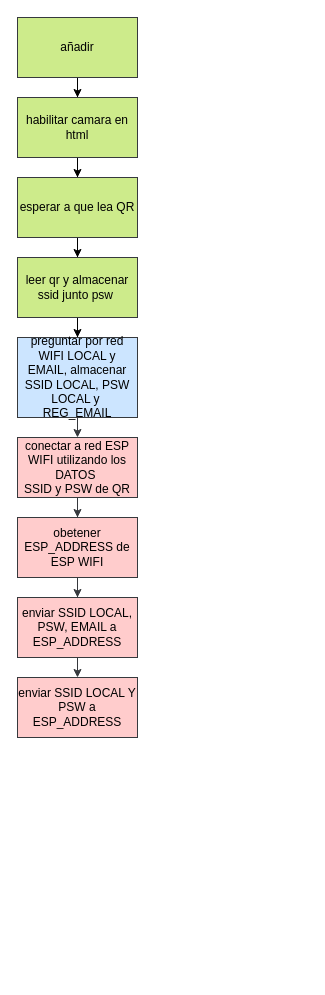
marsex/workbench keeps this draw.io diagram as design_files/Untitled Diagram3.drawio. Above is the earlier version. Source tidied: cells renumbered, new cells numbered last; positions are measured from the earlier drawing's top-left corner, leaving out a move shared by most shapes. Both pictures are drawn from the tidied source at 100%, with x=0, y=0 at pixel (17, 17).
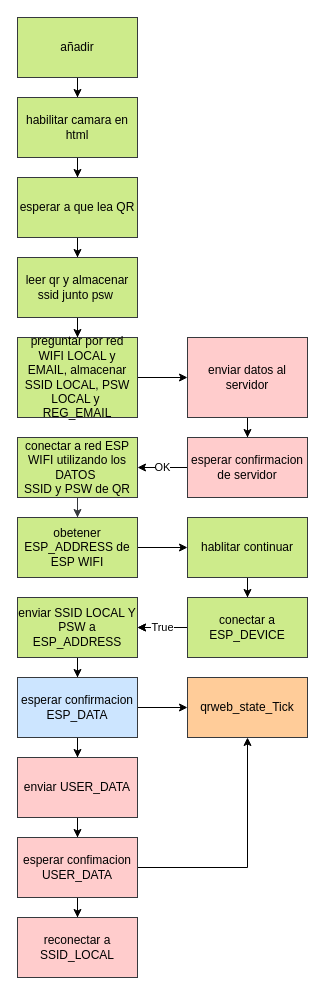
After the change.

What changed in the source:
```diff
@@
+    <mxCell id="19" style="edgeStyle=orthogonalEdgeStyle;rounded=0;jettySize=auto;html=1;" parent="1" edge="1" source="10" target="23">
+      <mxGeometry relative="1" as="geometry" />
+    </mxCell>
-    <mxCell id="10" value="preguntar por red WIFI LOCAL y EMAIL, almacenar SSID LOCAL, PSW LOCAL y&amp;nbsp; REG_EMAIL" style="whiteSpace=wrap;html=1;rounded=0;fillColor=#cce5ff;strokeColor=#36393d;" parent="1" vertex="1">
+    <mxCell id="10" value="preguntar por red WIFI LOCAL y EMAIL, almacenar SSID LOCAL, PSW LOCAL y&amp;nbsp; REG_EMAIL" style="whiteSpace=wrap;html=1;rounded=0;fillColor=#cdeb8b;strokeColor=#36393d;" parent="1" vertex="1">
       <mxGeometry y="320" width="120" height="80" as="geometry" />
     </mxCell>
@@
-    <mxCell id="12" value="conectar a red ESP WIFI utilizando los DATOS&amp;nbsp;&lt;br&gt;SSID y PSW de QR" style="whiteSpace=wrap;html=1;rounded=0;fillColor=#ffcccc;strokeColor=#36393d;" parent="1" vertex="1">
+    <mxCell id="12" value="conectar a red ESP WIFI utilizando los DATOS&amp;nbsp;&lt;br&gt;SSID y PSW de QR" style="whiteSpace=wrap;html=1;rounded=0;fillColor=#cdeb8b;strokeColor=#36393d;" parent="1" vertex="1">
       <mxGeometry y="420" width="120" height="60" as="geometry" />
     </mxCell>
-    <mxCell id="13" style="edgeStyle=orthogonalEdgeStyle;rounded=0;jettySize=auto;html=1;fillColor=#ffcccc;strokeColor=#36393d;" parent="1" edge="1" source="14" target="17">
-      <mxGeometry relative="1" as="geometry" />
-    </mxCell>
+    <mxCell id="20" style="edgeStyle=orthogonalEdgeStyle;rounded=0;jettySize=auto;html=1;" parent="1" edge="1" source="14" target="37">
+      <mxGeometry relative="1" as="geometry" />
+    </mxCell>
-    <mxCell id="14" value="&lt;span&gt;obetener ESP_ADDRESS de ESP WIFI&lt;/span&gt;" style="whiteSpace=wrap;html=1;rounded=0;fillColor=#ffcccc;strokeColor=#36393d;" parent="1" vertex="1">
+    <mxCell id="14" value="&lt;span&gt;obetener ESP_ADDRESS de ESP WIFI&lt;/span&gt;" style="whiteSpace=wrap;html=1;rounded=0;fillColor=#cdeb8b;strokeColor=#36393d;" parent="1" vertex="1">
       <mxGeometry y="500" width="120" height="60" as="geometry" />
     </mxCell>
-    <mxCell id="15" style="edgeStyle=orthogonalEdgeStyle;rounded=0;jettySize=auto;html=1;entryX=0.5;entryY=0;entryDx=0;entryDy=0;fillColor=#ffcccc;strokeColor=#36393d;" parent="1" edge="1" target="12">
-      <mxGeometry relative="1" as="geometry">
-        <mxPoint x="60" y="400" as="sourcePoint" />
-      </mxGeometry>
-    </mxCell>
-    <mxCell id="16" style="edgeStyle=orthogonalEdgeStyle;rounded=0;jettySize=auto;html=1;fillColor=#ffcccc;strokeColor=#36393d;" parent="1" edge="1" source="17">
-      <mxGeometry relative="1" as="geometry">
-        <mxPoint x="60" y="660" as="targetPoint" />
-      </mxGeometry>
-    </mxCell>
+    <mxCell id="21" style="edgeStyle=orthogonalEdgeStyle;rounded=0;jettySize=auto;html=1;" parent="1" edge="1" source="17" target="28">
+      <mxGeometry relative="1" as="geometry" />
+    </mxCell>
-    <mxCell id="17" value="enviar SSID LOCAL, PSW, EMAIL a ESP_ADDRESS" style="whiteSpace=wrap;html=1;rounded=0;fillColor=#ffcccc;strokeColor=#36393d;" parent="1" vertex="1">
+    <mxCell id="17" value="enviar SSID LOCAL Y PSW a ESP_ADDRESS" style="whiteSpace=wrap;html=1;rounded=0;fillColor=#cdeb8b;strokeColor=#36393d;" parent="1" vertex="1">
       <mxGeometry y="580" width="120" height="60" as="geometry" />
     </mxCell>
-    <mxCell id="18" value="enviar SSID LOCAL Y PSW a ESP_ADDRESS" style="whiteSpace=wrap;html=1;rounded=0;fillColor=#ffcccc;strokeColor=#36393d;" parent="1" vertex="1">
-      <mxGeometry y="660" width="120" height="60" as="geometry" />
-    </mxCell>
+    <mxCell id="22" style="edgeStyle=orthogonalEdgeStyle;rounded=0;jettySize=auto;html=1;" parent="1" edge="1" source="23" target="25">
+      <mxGeometry relative="1" as="geometry" />
+    </mxCell>
+    <mxCell id="23" value="enviar datos al servidor" style="whiteSpace=wrap;html=1;rounded=0;fillColor=#ffcccc;strokeColor=#36393d;" parent="1" vertex="1">
+      <mxGeometry x="170" y="320" width="120" height="80" as="geometry" />
+    </mxCell>
+    <mxCell id="24" value="OK" style="edgeStyle=orthogonalEdgeStyle;rounded=0;jettySize=auto;html=1;" parent="1" edge="1" source="25" target="12">
+      <mxGeometry relative="1" as="geometry" />
+    </mxCell>
+    <mxCell id="25" value="esperar confirmacion de servidor" style="whiteSpace=wrap;html=1;rounded=0;fillColor=#ffcccc;strokeColor=#36393d;" parent="1" vertex="1">
+      <mxGeometry x="170" y="420" width="120" height="60" as="geometry" />
+    </mxCell>
+    <mxCell id="26" style="edgeStyle=orthogonalEdgeStyle;rounded=0;jettySize=auto;html=1;" parent="1" edge="1" source="28" target="30">
+      <mxGeometry relative="1" as="geometry" />
+    </mxCell>
+    <mxCell id="27" style="edgeStyle=orthogonalEdgeStyle;rounded=0;jettySize=auto;html=1;" parent="1" edge="1" source="28" target="35">
+      <mxGeometry relative="1" as="geometry" />
+    </mxCell>
+    <mxCell id="28" value="esperar confirmacion ESP_DATA" style="whiteSpace=wrap;html=1;rounded=0;fillColor=#cce5ff;strokeColor=#36393d;" parent="1" vertex="1">
+      <mxGeometry y="660" width="120" height="60" as="geometry" />
+    </mxCell>
+    <mxCell id="29" style="edgeStyle=orthogonalEdgeStyle;rounded=0;jettySize=auto;html=1;" parent="1" edge="1" source="30" target="33">
+      <mxGeometry relative="1" as="geometry" />
+    </mxCell>
+    <mxCell id="30" value="enviar USER_DATA" style="whiteSpace=wrap;html=1;rounded=0;fillColor=#ffcccc;strokeColor=#36393d;" parent="1" vertex="1">
+      <mxGeometry y="740" width="120" height="60" as="geometry" />
+    </mxCell>
+    <mxCell id="31" style="edgeStyle=orthogonalEdgeStyle;rounded=0;jettySize=auto;html=1;" parent="1" edge="1" source="33" target="34">
+      <mxGeometry relative="1" as="geometry" />
+    </mxCell>
+    <mxCell id="32" style="edgeStyle=orthogonalEdgeStyle;rounded=0;jettySize=auto;html=1;" parent="1" edge="1" source="33" target="35">
+      <mxGeometry relative="1" as="geometry" />
+    </mxCell>
+    <mxCell id="33" value="esperar confimacion USER_DATA" style="whiteSpace=wrap;html=1;rounded=0;fillColor=#ffcccc;strokeColor=#36393d;" parent="1" vertex="1">
+      <mxGeometry y="820" width="120" height="60" as="geometry" />
+    </mxCell>
+    <mxCell id="34" value="reconectar a SSID_LOCAL" style="whiteSpace=wrap;html=1;rounded=0;fillColor=#ffcccc;strokeColor=#36393d;" parent="1" vertex="1">
+      <mxGeometry y="900" width="120" height="60" as="geometry" />
+    </mxCell>
+    <mxCell id="35" value="qrweb_state_Tick" style="whiteSpace=wrap;html=1;rounded=0;fillColor=#ffcc99;strokeColor=#36393d;" parent="1" vertex="1">
+      <mxGeometry x="170" y="660" width="120" height="60" as="geometry" />
+    </mxCell>
+    <mxCell id="36" style="edgeStyle=orthogonalEdgeStyle;rounded=0;jettySize=auto;html=1;" parent="1" edge="1" source="37" target="40">
+      <mxGeometry relative="1" as="geometry" />
+    </mxCell>
+    <mxCell id="37" value="hablitar continuar" style="whiteSpace=wrap;html=1;rounded=0;strokeColor=#36393d;fillColor=#cdeb8b;" parent="1" vertex="1">
+      <mxGeometry x="170" y="500" width="120" height="60" as="geometry" />
+    </mxCell>
+    <mxCell id="38" style="edgeStyle=orthogonalEdgeStyle;rounded=0;jettySize=auto;html=1;" parent="1" edge="1" source="40" target="17">
+      <mxGeometry relative="1" as="geometry" />
+    </mxCell>
+    <mxCell id="39" value="True" style="edgeStyle=orthogonalEdgeStyle;rounded=0;jettySize=auto;html=1;" parent="1" edge="1" source="40" target="17">
+      <mxGeometry relative="1" as="geometry" />
+    </mxCell>
+    <mxCell id="40" value="conectar a ESP_DEVICE" style="whiteSpace=wrap;html=1;rounded=0;strokeColor=#36393d;fillColor=#cdeb8b;" parent="1" vertex="1">
+      <mxGeometry x="170" y="580" width="120" height="60" as="geometry" />
+    </mxCell>
```
